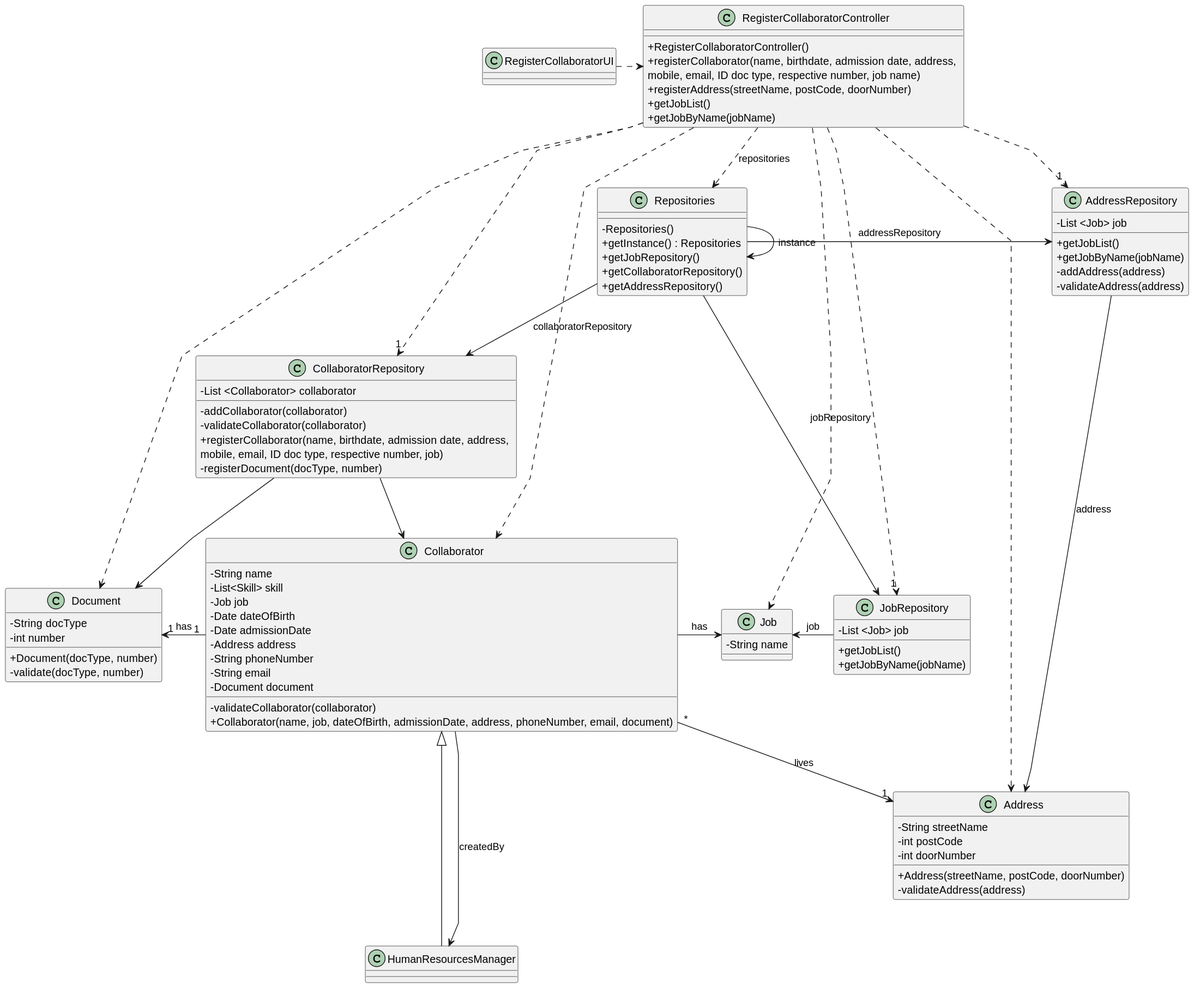
Departamento-de-Engenharia-Informatica/lei-24-s2-1db-g022 keeps this PlantUML diagram as docs/sprint2/us03/03.design/svg/us03-class-diagram.svg. Above is the earlier version.
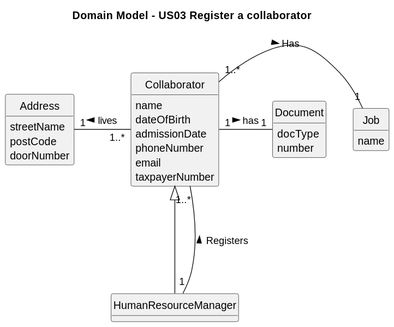
Above is the later version.

Diff of the diagram source:
```diff
@@ -1,125 +1,43 @@
 @startuml
+skinparam monochrome true
 skinparam packageStyle rectangle
 skinparam shadowing false
-skinparam linetype polyline
+skinparam classAttributeIconSize 0
+hide circle
+hide methods
 
-skinparam classAttributeIconSize 0
+title Domain Model - US03 Register a collaborator
 
-
-
-class RegisterCollaboratorController {
-
-    + RegisterCollaboratorController()
-    + registerCollaborator(name, birthdate, admission date, address, \nmobile, email, ID doc type, respective number, job name)
-    + registerAddress(streetName, postCode, doorNumber)
-    + getJobList()
-    + getJobByName(jobName)
-}
-
-class RegisterCollaboratorUI {
+class HumanResourceManager {
 }
 
 class Collaborator {
-    -String name
-    -List<Skill> skill
-    -Job job
-    -Date dateOfBirth
-    -Date admissionDate
-    -Address address
-    -String phoneNumber
-    -String email
-    -Document document
-
-    - validateCollaborator(collaborator)
-    + Collaborator(name, job, dateOfBirth, admissionDate, address, phoneNumber, email, document)
+    name
+    dateOfBirth
+    admissionDate
+    phoneNumber
+    email
+    taxpayerNumber
 }
 
-class Address {
-    -String streetName
-    -int postCode
-    -int doorNumber
-
-    +Address(streetName, postCode, doorNumber)
-    -validateAddress(address)
+class Job{
+    name
 }
 
-class HumanResourcesManager {
+class Address{
+    streetName
+    postCode
+    doorNumber
 }
 
-class Repositories {
-
-    - Repositories()
-    + getInstance() : Repositories
-    + getJobRepository()
-    + getCollaboratorRepository()
-    + getAddressRepository()
+class Document{
+    docType
+    number
 }
 
-class JobRepository {
-    - List <Job> job
-
-    + getJobList()
-    + getJobByName(jobName)
-}
-
-class AddressRepository {
-    - List <Job> job
-
-    + getJobList()
-    + getJobByName(jobName)
-    -addAddress(address)
-    -validateAddress(address)
-}
-
-class CollaboratorRepository {
-    - List <Collaborator> collaborator
-
-    - addCollaborator(collaborator)
-    - validateCollaborator(collaborator)
-    + registerCollaborator(name, birthdate, admission date, address, \nmobile, email, ID doc type, respective number, job)
-    - registerDocument(docType, number)
-}
-
-class Job {
-    -String name
-}
-
-class Document {
-    -String docType
-    -int number
-
-    +Document(docType, number)
-    -validate(docType, number)
-}
-
-Collaborator  <|---  HumanResourcesManager
-Collaborator  -> Job : has
-Collaborator "*" --> "1" Address : lives
-
-HumanResourcesManager <--  Collaborator: createdBy
-
-RegisterCollaboratorController .> Repositories : repositories
-RegisterCollaboratorController ..> "1" JobRepository
-RegisterCollaboratorController ...> "1" CollaboratorRepository
-RegisterCollaboratorController ..> "1" AddressRepository
-RegisterCollaboratorController ..> Collaborator
-RegisterCollaboratorController ..> Job
-RegisterCollaboratorController ..> Address
-RegisterCollaboratorController ..> Document
-
-RegisterCollaboratorUI .> RegisterCollaboratorController
-
-Repositories -> Repositories : instance
-Repositories -> JobRepository : jobRepository
-Repositories -> AddressRepository : addressRepository
-Repositories --> CollaboratorRepository : collaboratorRepository
-
-CollaboratorRepository --> Collaborator
-CollaboratorRepository --> Document
-
-Job <- JobRepository : job
-
-AddressRepository -> Address : address
-
-Document "1" <- "1" Collaborator : has
+Collaborator  <|---  HumanResourceManager
+HumanResourceManager "1" --- "1..*" Collaborator : Registers >
+Collaborator "1..*" - "1" Job : Has >
+Address "1" - "1..*" Collaborator : < lives
+Collaborator "1" - "1" Document : has >
 @enduml
```
